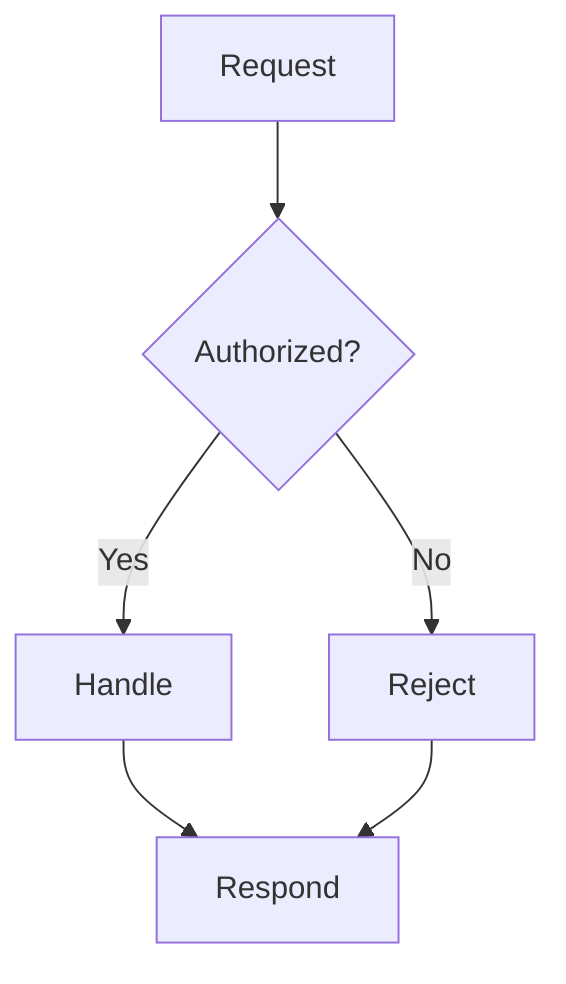
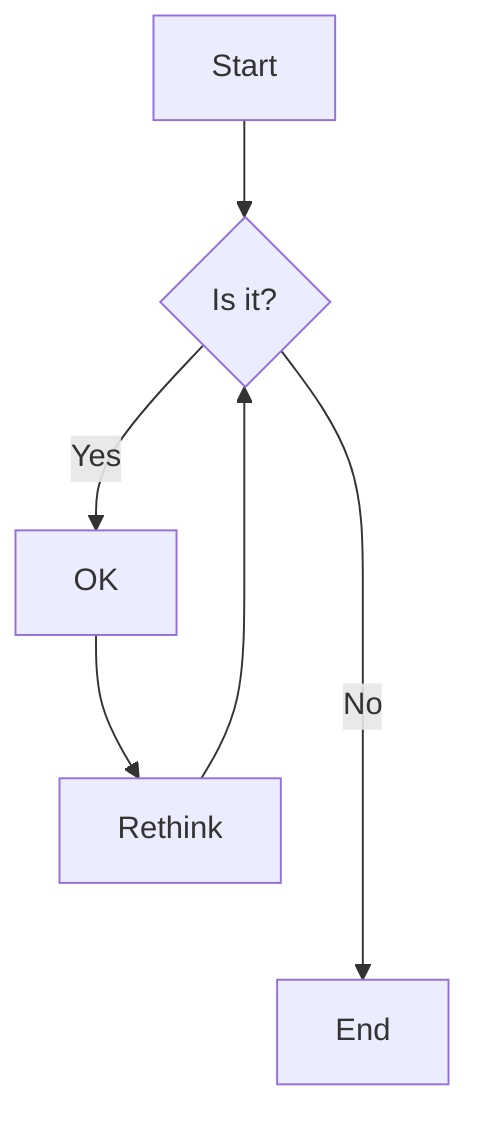
flowchart TD
-   A[Request] --> B{Authorized?}
-   B -- Yes --> C[Handle]
-   B -- No --> D[Reject]
-   C --> E[Respond]
-   D --> E
+     A[Start] --> B{Is it?}
+     B -- Yes --> C[OK]
+     C --> D[Rethink]
+     D --> B
+     B -- No ----> E[End]
